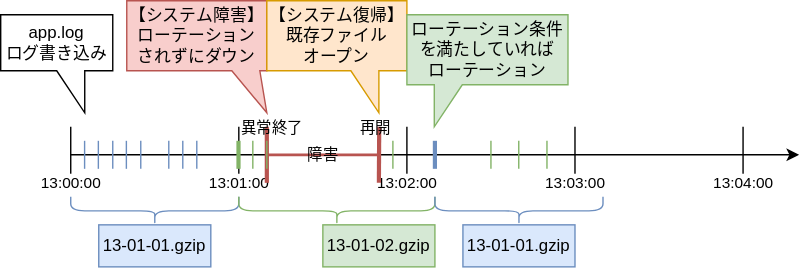
Before: logger/doc/specific_img/specific-rotation4.drawio.svg, a diagram exported from draw.io (Riliumph/cpp_util). Source tidied: cells renumbered, new cells last; positions are measured from the earlier drawing's top-left corner, leaving out a move shared by most shapes.
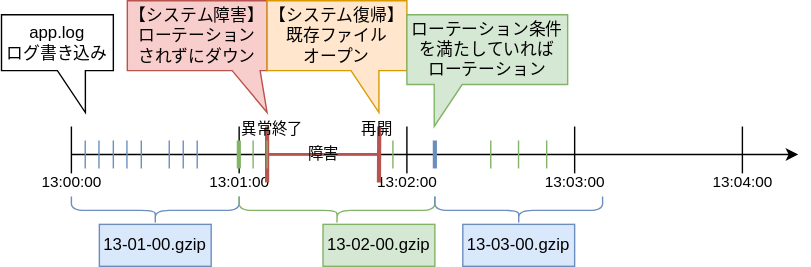
Later version of the same file.

The edit, as a diff of the source:
```diff
@@ -80,13 +80,13 @@
     <mxCell id="15" style="shape=curlyBracket;whiteSpace=wrap;html=1;rounded=1;flipH=1;labelPosition=right;verticalLabelPosition=middle;align=center;verticalAlign=middle;direction=north;size=0.5;fillColor=#dae8fc;strokeColor=#6c8ebf;" parent="1" vertex="1">
       <mxGeometry x="50" y="140" width="120" height="20" as="geometry" />
     </mxCell>
-    <mxCell id="16" value="13-01-01.gzip" style="rounded=0;whiteSpace=wrap;html=1;fillColor=#dae8fc;strokeColor=#6c8ebf;" parent="1" vertex="1">
+    <mxCell id="16" value="13-01-00.gzip" style="rounded=0;whiteSpace=wrap;html=1;fillColor=#dae8fc;strokeColor=#6c8ebf;" parent="1" vertex="1">
       <mxGeometry x="70" y="160" width="80" height="30" as="geometry" />
     </mxCell>
     <mxCell id="17" style="shape=curlyBracket;whiteSpace=wrap;html=1;rounded=1;flipH=1;labelPosition=right;verticalLabelPosition=middle;align=center;verticalAlign=middle;direction=north;size=0.5;fillColor=#d5e8d4;strokeColor=#82b366;" parent="1" vertex="1">
       <mxGeometry x="170" y="140" width="140" height="20" as="geometry" />
     </mxCell>
-    <mxCell id="18" value="13-01-02.gzip" style="rounded=0;whiteSpace=wrap;html=1;fillColor=#d5e8d4;strokeColor=#82b366;" parent="1" vertex="1">
+    <mxCell id="18" value="13-02-00.gzip" style="rounded=0;whiteSpace=wrap;html=1;fillColor=#d5e8d4;strokeColor=#82b366;" parent="1" vertex="1">
       <mxGeometry x="230" y="160" width="80" height="30" as="geometry" />
     </mxCell>
     <mxCell id="19" style="endArrow=none;html=1;rounded=0;verticalAlign=middle;fillColor=#d5e8d4;strokeColor=#82b366;" parent="1" edge="1">
@@ -186,7 +186,7 @@
     <mxCell id="36" value="&lt;div&gt;app.log&lt;/div&gt;ログ書き込み" style="shape=callout;whiteSpace=wrap;html=1;perimeter=calloutPerimeter;direction=east;base=20;position2=0.75;" parent="1" vertex="1">
       <mxGeometry y="10" width="80" height="70" as="geometry" />
     </mxCell>
-    <mxCell id="37" value="13-01-01.gzip" style="rounded=0;whiteSpace=wrap;html=1;fillColor=#dae8fc;strokeColor=#6c8ebf;" parent="1" vertex="1">
+    <mxCell id="37" value="13-03-00.gzip" style="rounded=0;whiteSpace=wrap;html=1;fillColor=#dae8fc;strokeColor=#6c8ebf;" parent="1" vertex="1">
       <mxGeometry x="330" y="160" width="80" height="30" as="geometry" />
     </mxCell>
     <mxCell id="38" style="shape=curlyBracket;whiteSpace=wrap;html=1;rounded=1;flipH=1;labelPosition=right;verticalLabelPosition=middle;align=center;verticalAlign=middle;direction=north;size=0.5;fillColor=#dae8fc;strokeColor=#6c8ebf;" parent="1" vertex="1">
```
